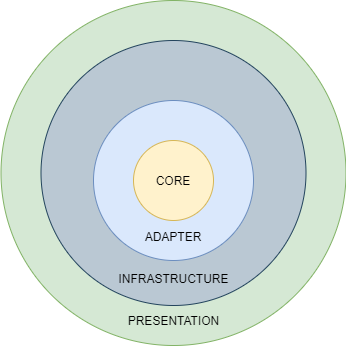
Above: Architercture Diagram.png in ravedien/clean-architecture (draw.io), before the change. Source tidied: cells renumbered, new cells last; positions are measured from the earlier drawing's top-left corner, leaving out a move shared by most shapes. Source of this version:
```xml
<mxGraphModel>
  <root>
    <mxCell id="0" />
    <mxCell id="1" parent="0" />
    <mxCell id="2" value="&lt;br&gt;&lt;br&gt;&lt;br&gt;&lt;br&gt;&lt;br&gt;&lt;br&gt;&lt;br&gt;&lt;br&gt;&lt;br&gt;&lt;br&gt;&lt;br&gt;&lt;br&gt;&lt;br&gt;&lt;br&gt;&lt;br&gt;&lt;br&gt;&lt;br&gt;&lt;br&gt;&lt;br&gt;&lt;br&gt;&lt;br&gt;PRESENTATION" style="ellipse;whiteSpace=wrap;html=1;fillColor=#d5e8d4;strokeColor=#82b366;" parent="1" vertex="1">
      <mxGeometry x="0.5" width="345" height="345" as="geometry" />
    </mxCell>
    <mxCell id="3" value="&lt;br&gt;&lt;br&gt;&lt;br&gt;&lt;br&gt;&lt;br&gt;&lt;br&gt;&lt;br&gt;&lt;br&gt;&lt;br&gt;&lt;br&gt;&lt;br&gt;&lt;br&gt;&lt;br&gt;&lt;br&gt;&lt;br&gt;INFRASTRUCTURE" style="ellipse;whiteSpace=wrap;html=1;fillColor=#bac8d3;strokeColor=#23445d;" parent="1" vertex="1">
      <mxGeometry x="40.5" y="40" width="265" height="265" as="geometry" />
    </mxCell>
    <mxCell id="4" value="&lt;br&gt;&lt;br&gt;&lt;br&gt;&lt;br&gt;&lt;br&gt;&lt;br&gt;&lt;br&gt;&lt;br&gt;ADAPTER" style="ellipse;whiteSpace=wrap;html=1;fillColor=#dae8fc;strokeColor=#6c8ebf;" parent="1" vertex="1">
      <mxGeometry x="93" y="100" width="160" height="160" as="geometry" />
    </mxCell>
    <mxCell id="5" value="CORE" style="ellipse;whiteSpace=wrap;html=1;fillColor=#fff2cc;strokeColor=#d6b656;" parent="1" vertex="1">
      <mxGeometry x="133" y="140" width="80" height="80" as="geometry" />
    </mxCell>
  </root>
</mxGraphModel>
```
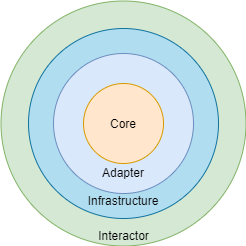
Later version of the same file.

The edit, as a diff of the source:
```diff
@@ -2,17 +2,17 @@
   <root>
     <mxCell id="0" />
     <mxCell id="1" parent="0" />
-    <mxCell id="2" value="&lt;br&gt;&lt;br&gt;&lt;br&gt;&lt;br&gt;&lt;br&gt;&lt;br&gt;&lt;br&gt;&lt;br&gt;&lt;br&gt;&lt;br&gt;&lt;br&gt;&lt;br&gt;&lt;br&gt;&lt;br&gt;&lt;br&gt;&lt;br&gt;&lt;br&gt;&lt;br&gt;&lt;br&gt;&lt;br&gt;&lt;br&gt;PRESENTATION" style="ellipse;whiteSpace=wrap;html=1;fillColor=#d5e8d4;strokeColor=#82b366;" parent="1" vertex="1">
-      <mxGeometry x="0.5" width="345" height="345" as="geometry" />
-    </mxCell>
-    <mxCell id="3" value="&lt;br&gt;&lt;br&gt;&lt;br&gt;&lt;br&gt;&lt;br&gt;&lt;br&gt;&lt;br&gt;&lt;br&gt;&lt;br&gt;&lt;br&gt;&lt;br&gt;&lt;br&gt;&lt;br&gt;&lt;br&gt;&lt;br&gt;INFRASTRUCTURE" style="ellipse;whiteSpace=wrap;html=1;fillColor=#bac8d3;strokeColor=#23445d;" parent="1" vertex="1">
-      <mxGeometry x="40.5" y="40" width="265" height="265" as="geometry" />
-    </mxCell>
-    <mxCell id="4" value="&lt;br&gt;&lt;br&gt;&lt;br&gt;&lt;br&gt;&lt;br&gt;&lt;br&gt;&lt;br&gt;&lt;br&gt;ADAPTER" style="ellipse;whiteSpace=wrap;html=1;fillColor=#dae8fc;strokeColor=#6c8ebf;" parent="1" vertex="1">
-      <mxGeometry x="93" y="100" width="160" height="160" as="geometry" />
-    </mxCell>
-    <mxCell id="5" value="CORE" style="ellipse;whiteSpace=wrap;html=1;fillColor=#fff2cc;strokeColor=#d6b656;" parent="1" vertex="1">
-      <mxGeometry x="133" y="140" width="80" height="80" as="geometry" />
-    </mxCell>
+    <mxCell id="6" value="&lt;br&gt;&lt;br&gt;&lt;br&gt;&lt;br&gt;&lt;br&gt;&lt;br&gt;&lt;br&gt;&lt;br&gt;Core&lt;br&gt;&lt;br&gt;&lt;br&gt;&lt;br&gt;Adapter&lt;br&gt;&lt;br&gt;Infrastructure&lt;br&gt;&lt;br&gt;Interactor" style="ellipse;whiteSpace=wrap;html=1;fillColor=#d5e8d4;strokeColor=#82b366;gradientColor=none;" parent="1" vertex="1">
+      <mxGeometry x="-14.5" y="12.5" width="245" height="245" as="geometry" />
+    </mxCell>
+    <mxCell id="7" value="&lt;br&gt;&lt;br&gt;&lt;br&gt;&lt;br&gt;&lt;br&gt;&lt;br&gt;&lt;br&gt;&lt;br&gt;&lt;br&gt;&lt;br&gt;&lt;br&gt;Infrastructure" style="ellipse;whiteSpace=wrap;html=1;fillColor=#b1ddf0;strokeColor=#10739e;" parent="1" vertex="1">
+      <mxGeometry x="13" y="40" width="190" height="190" as="geometry" />
+    </mxCell>
+    <mxCell id="8" value="&lt;br&gt;&lt;br&gt;&lt;br&gt;&lt;br&gt;&lt;br&gt;&lt;br&gt;&lt;br&gt;Adapter" style="ellipse;whiteSpace=wrap;html=1;fillColor=#dae8fc;strokeColor=#6c8ebf;" parent="1" vertex="1">
+      <mxGeometry x="38" y="65" width="140" height="140" as="geometry" />
+    </mxCell>
+    <mxCell id="9" value="Core" style="ellipse;whiteSpace=wrap;html=1;fillColor=#ffe6cc;strokeColor=#d79b00;" parent="1" vertex="1">
+      <mxGeometry x="68" y="95" width="80" height="80" as="geometry" />
+    </mxCell>
   </root>
 </mxGraphModel>
```
